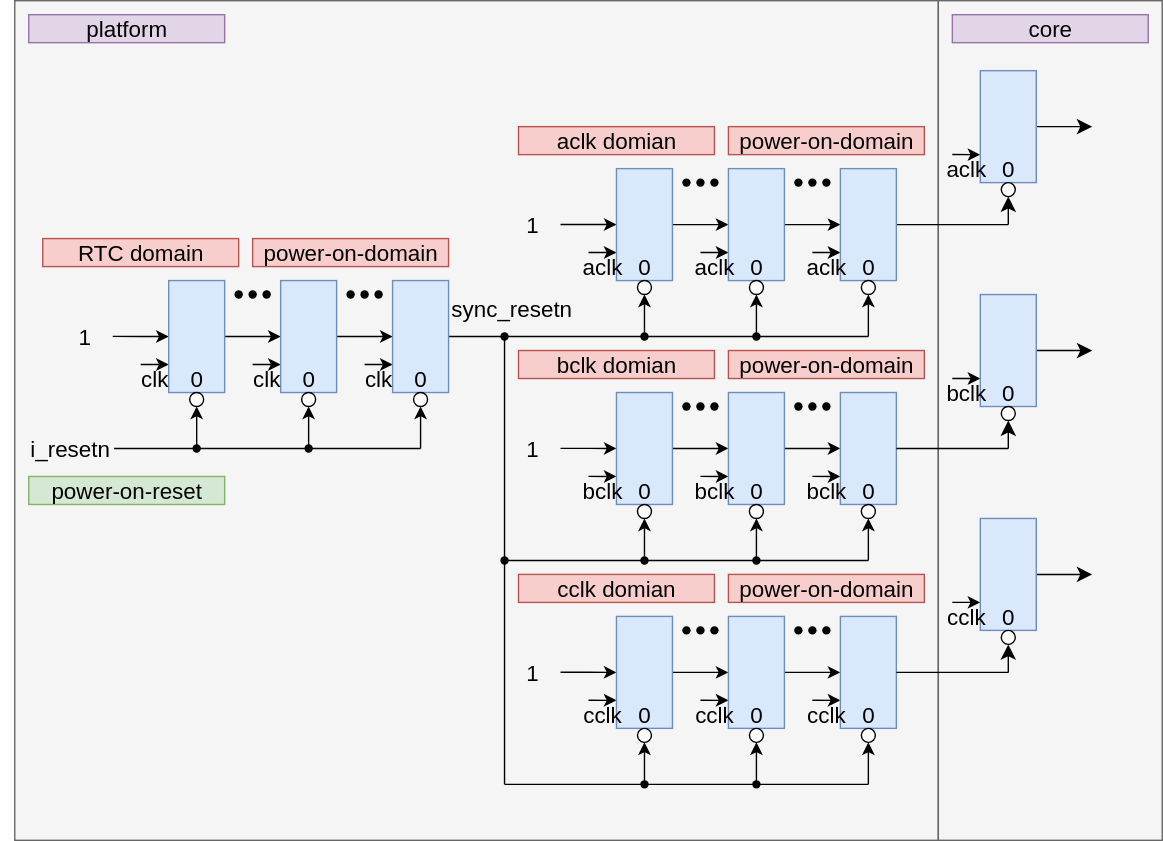
Earlier version of the draw.io export de/platform_clk_resetn_gen/sync_resetn/include/resetn_arch.svg (jnjnliwenjie0022/obs). Source tidied: cells renumbered, new cells last; positions are measured from the earlier drawing's top-left corner, leaving out a move shared by most shapes.
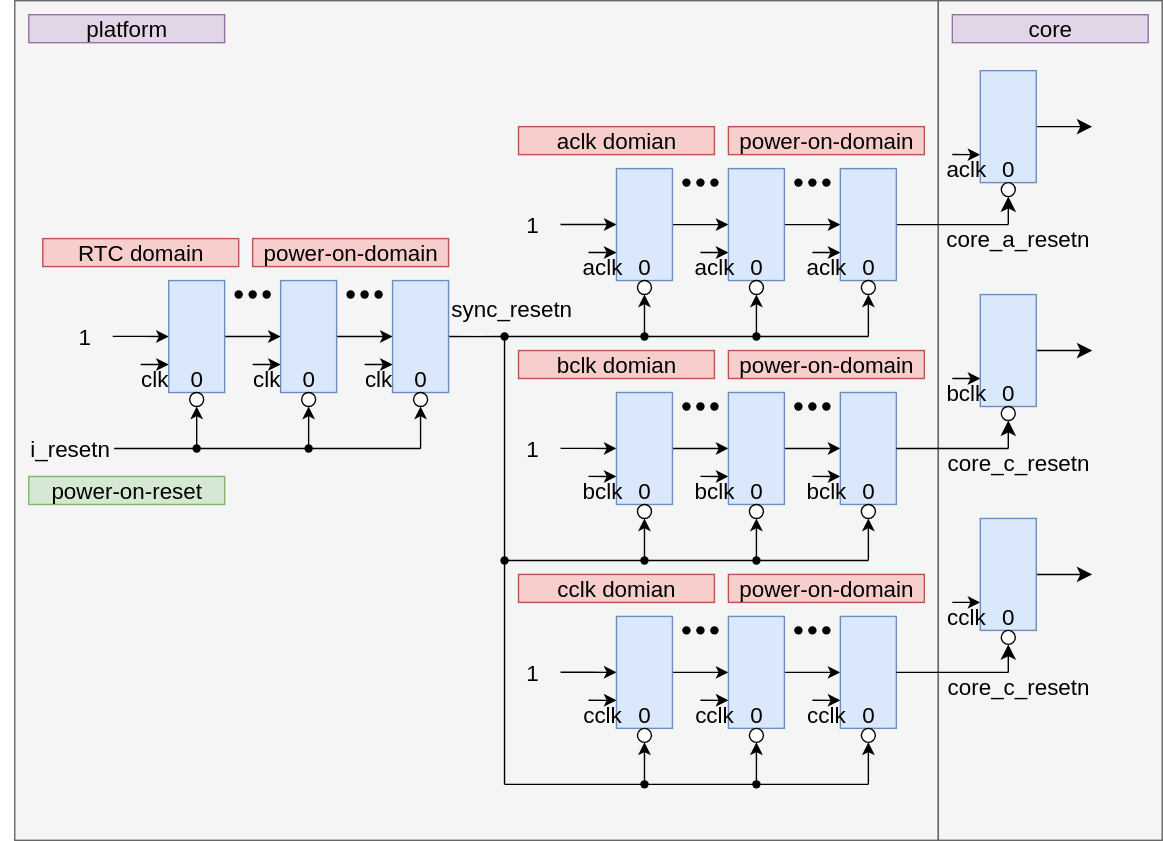
After the change.

Change to the diagram source:
```diff
@@ -604,5 +604,14 @@
     <mxCell id="169" value="core" style="rounded=0;whiteSpace=wrap;html=1;fontSize=16;fillColor=#e1d5e7;strokeColor=#9673a6;align=center;" parent="1" vertex="1">
       <mxGeometry x="680" y="10" width="140" height="20" as="geometry" />
     </mxCell>
+    <mxCell id="170" value="core_a_resetn" style="rounded=0;whiteSpace=wrap;html=1;fontSize=16;fillColor=none;strokeColor=none;align=right;" parent="1" vertex="1">
+      <mxGeometry x="700" y="160" width="80" height="20" as="geometry" />
+    </mxCell>
+    <mxCell id="171" value="core_c_resetn" style="rounded=0;whiteSpace=wrap;html=1;fontSize=16;fillColor=none;strokeColor=none;align=right;" parent="1" vertex="1">
+      <mxGeometry x="700" y="320" width="80" height="20" as="geometry" />
+    </mxCell>
+    <mxCell id="172" value="core_c_resetn" style="rounded=0;whiteSpace=wrap;html=1;fontSize=16;fillColor=none;strokeColor=none;align=right;" parent="1" vertex="1">
+      <mxGeometry x="700" y="480" width="80" height="20" as="geometry" />
+    </mxCell>
   </root>
 </mxGraphModel>
```
